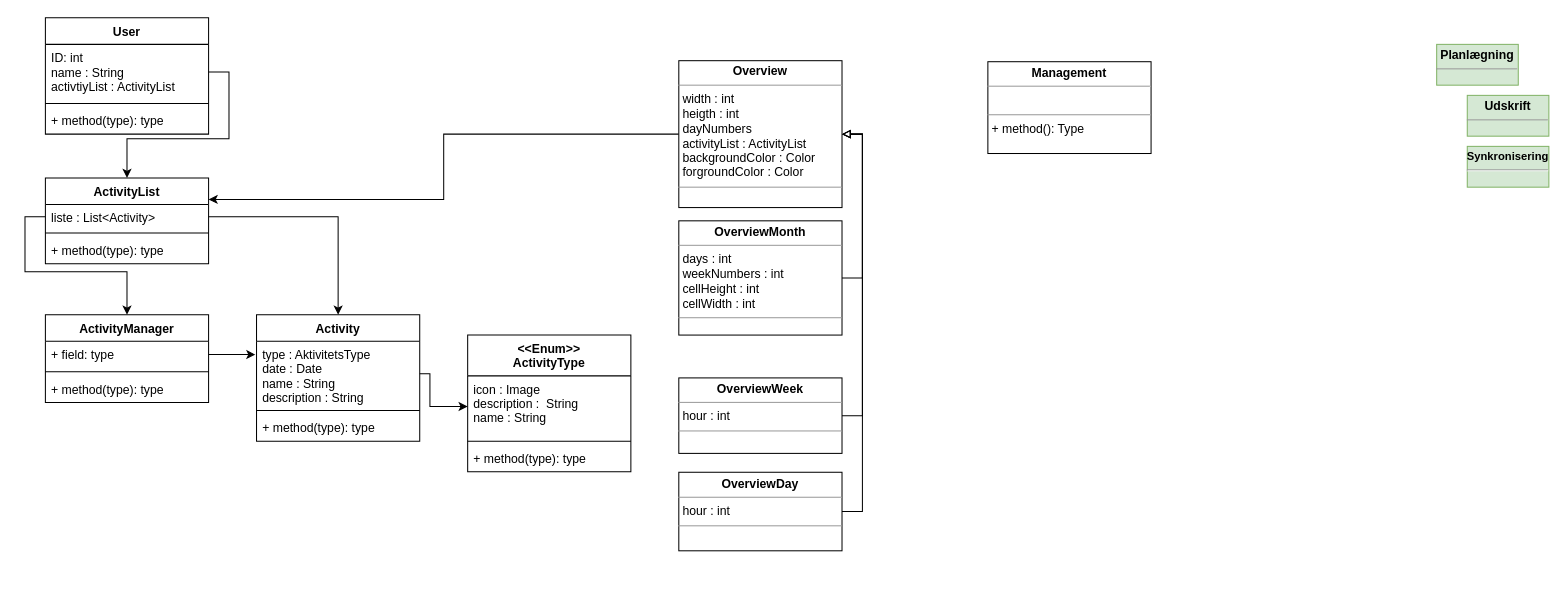
Earlier version of the draw.io diagram docs/diagrams/AnalyseDiagrammer/PlanlaegningAnalyseKlasseDiagram.drawio (SBangslund/SE02_Projekt). Source tidied: cells renumbered, new cells numbered last; positions are measured from the earlier drawing's top-left corner, leaving out a move shared by most shapes. Both pictures are drawn from the tidied source at 102%, with x=0, y=0 at pixel (45, 17).
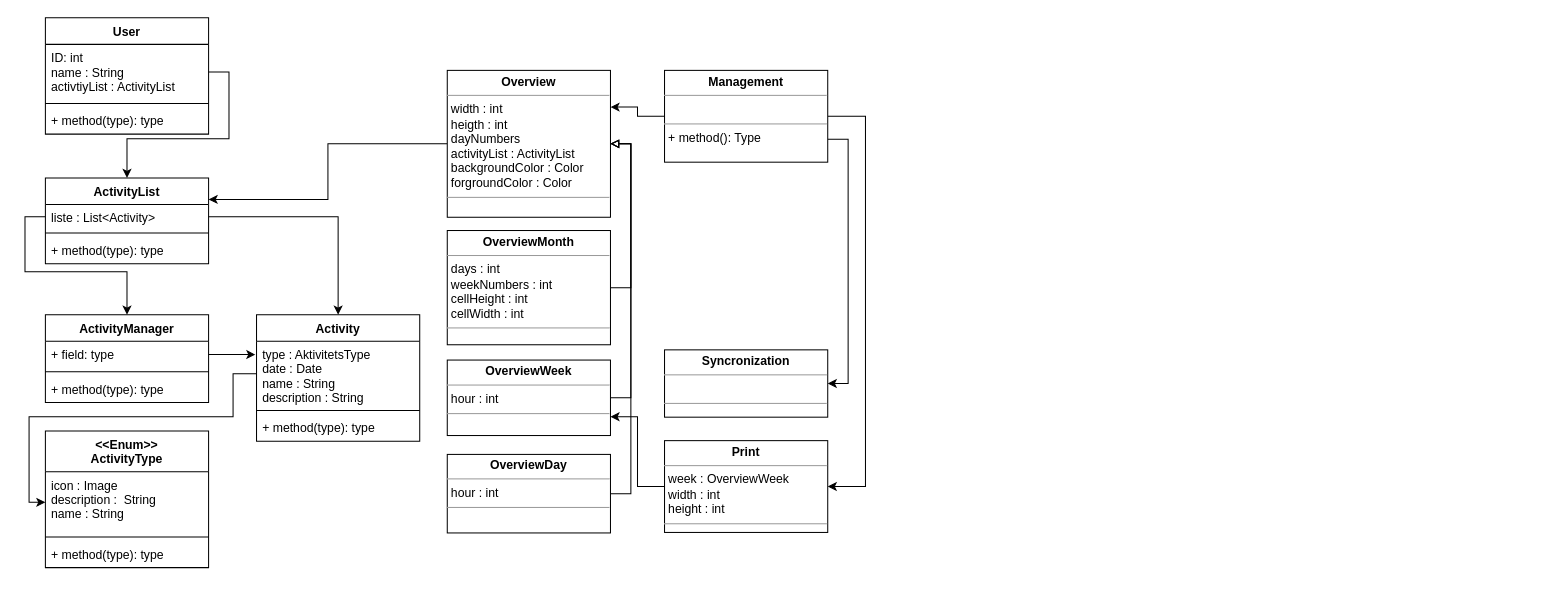
The same diagram, later.

Commit message (it also covers changes not shown here):
Updated Planlægning analyseklasse diagram

Unchanged cells that the change refers to:
```xml
<mxCell id="10" value="type : AktivitetsType&#10;date : Date&#10;name : String&#10;description : String&#10;" style="text;strokeColor=none;fillColor=none;align=left;verticalAlign=top;spacingLeft=4;spacingRight=4;overflow=hidden;points=[[0,0.5],[1,0.5]];portConstraint=eastwest;" parent="9" vertex="1">
  <mxGeometry y="26" width="160" height="64" as="geometry" />
</mxCell>
<mxCell id="14" value="icon : Image&#10;description :  String&#10;name : String" style="text;strokeColor=none;fillColor=none;align=left;verticalAlign=top;spacingLeft=4;spacingRight=4;overflow=hidden;points=[[0,0.5],[1,0.5]];portConstraint=eastwest;" parent="13" vertex="1">
  <mxGeometry y="40" width="160" height="60" as="geometry" />
</mxCell>
```

Change to the diagram source:
```diff
@@
-    <mxCell id="2" value="&lt;p style=&quot;margin: 0px ; margin-top: 4px ; text-align: center&quot;&gt;&lt;b&gt;Planlægning&lt;/b&gt;&lt;/p&gt;&lt;hr size=&quot;1&quot;&gt;&lt;div style=&quot;height: 2px&quot;&gt;&lt;/div&gt;" style="verticalAlign=top;align=left;overflow=fill;fontSize=12;fontFamily=Helvetica;html=1;fillColor=#d5e8d4;strokeColor=#82b366;" parent="1" vertex="1">
-      <mxGeometry x="1364" y="26" width="80" height="40" as="geometry" />
-    </mxCell>
-    <mxCell id="3" value="&lt;p style=&quot;margin: 0px ; margin-top: 4px ; text-align: center&quot;&gt;&lt;b&gt;Udskrift&lt;/b&gt;&lt;/p&gt;&lt;hr size=&quot;1&quot;&gt;&lt;div style=&quot;height: 2px&quot;&gt;&lt;/div&gt;" style="verticalAlign=top;align=left;overflow=fill;fontSize=12;fontFamily=Helvetica;html=1;fillColor=#d5e8d4;strokeColor=#82b366;" parent="1" vertex="1">
-      <mxGeometry x="1394" y="76" width="80" height="40" as="geometry" />
-    </mxCell>
-    <mxCell id="4" value="&lt;p style=&quot;margin: 4px 0px 0px; text-align: center; font-size: 11px;&quot;&gt;&lt;b style=&quot;font-size: 11px;&quot;&gt;Synkronisering&lt;/b&gt;&lt;/p&gt;&lt;hr style=&quot;font-size: 11px;&quot;&gt;&lt;div style=&quot;height: 2px; font-size: 11px;&quot;&gt;&lt;/div&gt;" style="verticalAlign=top;align=left;overflow=fill;fontSize=11;fontFamily=Helvetica;html=1;fillColor=#d5e8d4;strokeColor=#82b366;" parent="1" vertex="1">
-      <mxGeometry x="1394" y="126" width="80" height="40" as="geometry" />
-    </mxCell>
@@
     <mxCell id="13" value="&lt;&lt;Enum&gt;&gt;&#10;ActivityType" style="swimlane;fontStyle=1;align=center;verticalAlign=top;horizontal=1;startSize=40;" parent="1" vertex="1">
-      <mxGeometry x="414" y="311" width="160" height="134" as="geometry" />
+      <mxGeometry y="405" width="160" height="134" as="geometry" />
     </mxCell>
@@
-    <mxCell id="26" style="edgeStyle=orthogonalEdgeStyle;rounded=0;jettySize=auto;html=1;exitX=1;exitY=0.5;exitDx=0;exitDy=0;entryX=0;entryY=0.5;entryDx=0;entryDy=0;" parent="1" edge="1" source="10" target="14">
+    <mxCell id="26" style="edgeStyle=orthogonalEdgeStyle;rounded=0;jettySize=auto;html=1;exitX=0;exitY=0.5;exitDx=0;exitDy=0;entryX=0;entryY=0.5;entryDx=0;entryDy=0;" parent="1" edge="1" source="10" target="14">
       <mxGeometry relative="1" as="geometry">
         <Array as="points">
-          <mxPoint x="377" y="349" />
-          <mxPoint x="377" y="381" />
+          <mxPoint x="184" y="349" />
+          <mxPoint x="184" y="391" />
+          <mxPoint x="-16" y="391" />
+          <mxPoint x="-16" y="475" />
         </Array>
       </mxGeometry>
     </mxCell>
@@
     <mxCell id="31" value="&lt;p style=&quot;margin: 0px ; margin-top: 4px ; text-align: center&quot;&gt;&lt;b&gt;Overview&lt;/b&gt;&lt;/p&gt;&lt;hr size=&quot;1&quot;&gt;&lt;p style=&quot;margin: 0px ; margin-left: 4px&quot;&gt;width : int&lt;/p&gt;&lt;p style=&quot;margin: 0px ; margin-left: 4px&quot;&gt;heigth : int&lt;/p&gt;&lt;p style=&quot;margin: 0px ; margin-left: 4px&quot;&gt;dayNumbers&lt;/p&gt;&lt;p style=&quot;margin: 0px ; margin-left: 4px&quot;&gt;activityList : ActivityList&lt;/p&gt;&lt;p style=&quot;margin: 0px ; margin-left: 4px&quot;&gt;backgroundColor : Color&lt;/p&gt;&lt;p style=&quot;margin: 0px ; margin-left: 4px&quot;&gt;forgroundColor : Color&lt;/p&gt;&lt;hr size=&quot;1&quot;&gt;&lt;p style=&quot;margin: 0px ; margin-left: 4px&quot;&gt;&lt;br&gt;&lt;/p&gt;" style="verticalAlign=top;align=left;overflow=fill;fontSize=12;fontFamily=Helvetica;html=1;" parent="1" vertex="1">
-      <mxGeometry x="621" y="42" width="160" height="144" as="geometry" />
+      <mxGeometry x="394" y="51.5" width="160" height="144" as="geometry" />
     </mxCell>
@@
     <mxCell id="33" value="&lt;p style=&quot;margin: 0px ; margin-top: 4px ; text-align: center&quot;&gt;&lt;b&gt;OverviewMonth&lt;/b&gt;&lt;/p&gt;&lt;hr size=&quot;1&quot;&gt;&lt;p style=&quot;margin: 0px ; margin-left: 4px&quot;&gt;days : int&lt;/p&gt;&lt;p style=&quot;margin: 0px ; margin-left: 4px&quot;&gt;weekNumbers : int&lt;/p&gt;&lt;p style=&quot;margin: 0px ; margin-left: 4px&quot;&gt;cellHeight : int&lt;/p&gt;&lt;p style=&quot;margin: 0px ; margin-left: 4px&quot;&gt;cellWidth : int&lt;/p&gt;&lt;hr size=&quot;1&quot;&gt;&lt;p style=&quot;margin: 0px ; margin-left: 4px&quot;&gt;&lt;br&gt;&lt;/p&gt;" style="verticalAlign=top;align=left;overflow=fill;fontSize=12;fontFamily=Helvetica;html=1;" parent="1" vertex="1">
-      <mxGeometry x="621" y="199" width="160" height="112" as="geometry" />
+      <mxGeometry x="394" y="208.5" width="160" height="112" as="geometry" />
     </mxCell>
     <mxCell id="34" value="&lt;p style=&quot;margin: 0px ; margin-top: 4px ; text-align: center&quot;&gt;&lt;b&gt;OverviewWeek&lt;/b&gt;&lt;/p&gt;&lt;hr size=&quot;1&quot;&gt;&lt;p style=&quot;margin: 0px ; margin-left: 4px&quot;&gt;hour : int&lt;/p&gt;&lt;hr size=&quot;1&quot;&gt;&lt;p style=&quot;margin: 0px ; margin-left: 4px&quot;&gt;&lt;br&gt;&lt;/p&gt;" style="verticalAlign=top;align=left;overflow=fill;fontSize=12;fontFamily=Helvetica;html=1;" parent="1" vertex="1">
-      <mxGeometry x="621" y="353" width="160" height="74" as="geometry" />
+      <mxGeometry x="394" y="335.5" width="160" height="74" as="geometry" />
     </mxCell>
@@
     <mxCell id="36" value="&lt;p style=&quot;margin: 0px ; margin-top: 4px ; text-align: center&quot;&gt;&lt;b&gt;OverviewDay&lt;/b&gt;&lt;/p&gt;&lt;hr size=&quot;1&quot;&gt;&lt;p style=&quot;margin: 0px ; margin-left: 4px&quot;&gt;hour : int&lt;/p&gt;&lt;hr size=&quot;1&quot;&gt;&lt;p style=&quot;margin: 0px ; margin-left: 4px&quot;&gt;&lt;br&gt;&lt;/p&gt;" style="verticalAlign=top;align=left;overflow=fill;fontSize=12;fontFamily=Helvetica;html=1;" parent="1" vertex="1">
-      <mxGeometry x="621" y="445.5" width="160" height="77" as="geometry" />
+      <mxGeometry x="394" y="428" width="160" height="77" as="geometry" />
     </mxCell>
@@
+    <mxCell id="39" style="edgeStyle=orthogonalEdgeStyle;rounded=0;jettySize=auto;html=1;exitX=0;exitY=0.5;exitDx=0;exitDy=0;entryX=1;entryY=0.25;entryDx=0;entryDy=0;" parent="1" edge="1" source="38" target="31">
+      <mxGeometry relative="1" as="geometry" />
+    </mxCell>
+    <mxCell id="40" style="edgeStyle=orthogonalEdgeStyle;rounded=0;jettySize=auto;html=1;exitX=1;exitY=0.75;exitDx=0;exitDy=0;entryX=1;entryY=0.5;entryDx=0;entryDy=0;" parent="1" edge="1" source="38" target="44">
+      <mxGeometry relative="1" as="geometry" />
+    </mxCell>
+    <mxCell id="41" style="edgeStyle=orthogonalEdgeStyle;rounded=0;jettySize=auto;html=1;exitX=1;exitY=0.5;exitDx=0;exitDy=0;entryX=1;entryY=0.5;entryDx=0;entryDy=0;" parent="1" edge="1" source="38" target="43">
+      <mxGeometry relative="1" as="geometry">
+        <Array as="points">
+          <mxPoint x="804" y="97" />
+          <mxPoint x="804" y="459" />
+        </Array>
+      </mxGeometry>
+    </mxCell>
     <mxCell id="38" value="&lt;p style=&quot;margin: 0px ; margin-top: 4px ; text-align: center&quot;&gt;&lt;b&gt;Management&lt;/b&gt;&lt;/p&gt;&lt;hr size=&quot;1&quot;&gt;&lt;p style=&quot;margin: 0px ; margin-left: 4px&quot;&gt;&lt;br&gt;&lt;/p&gt;&lt;hr size=&quot;1&quot;&gt;&lt;p style=&quot;margin: 0px ; margin-left: 4px&quot;&gt;+ method(): Type&lt;/p&gt;" style="verticalAlign=top;align=left;overflow=fill;fontSize=12;fontFamily=Helvetica;html=1;" parent="1" vertex="1">
-      <mxGeometry x="924" y="43" width="160" height="90" as="geometry" />
+      <mxGeometry x="607" y="51.5" width="160" height="90" as="geometry" />
     </mxCell>
+    <mxCell id="42" style="edgeStyle=orthogonalEdgeStyle;rounded=0;jettySize=auto;html=1;exitX=0;exitY=0.5;exitDx=0;exitDy=0;entryX=1;entryY=0.75;entryDx=0;entryDy=0;" parent="1" edge="1" source="43" target="34">
+      <mxGeometry relative="1" as="geometry" />
+    </mxCell>
+    <mxCell id="43" value="&lt;p style=&quot;margin: 0px ; margin-top: 4px ; text-align: center&quot;&gt;&lt;b&gt;Print&lt;/b&gt;&lt;/p&gt;&lt;hr size=&quot;1&quot;&gt;&lt;p style=&quot;margin: 0px ; margin-left: 4px&quot;&gt;week : OverviewWeek&lt;/p&gt;&lt;p style=&quot;margin: 0px ; margin-left: 4px&quot;&gt;width : int&lt;/p&gt;&lt;p style=&quot;margin: 0px ; margin-left: 4px&quot;&gt;height : int&lt;/p&gt;&lt;hr size=&quot;1&quot;&gt;&lt;p style=&quot;margin: 0px ; margin-left: 4px&quot;&gt;&lt;br&gt;&lt;/p&gt;" style="verticalAlign=top;align=left;overflow=fill;fontSize=12;fontFamily=Helvetica;html=1;" parent="1" vertex="1">
+      <mxGeometry x="607" y="414.5" width="160" height="90" as="geometry" />
+    </mxCell>
+    <mxCell id="44" value="&lt;p style=&quot;margin: 0px ; margin-top: 4px ; text-align: center&quot;&gt;&lt;b&gt;Syncronization&lt;/b&gt;&lt;/p&gt;&lt;hr size=&quot;1&quot;&gt;&lt;p style=&quot;margin: 0px ; margin-left: 4px&quot;&gt;&lt;br&gt;&lt;/p&gt;&lt;hr size=&quot;1&quot;&gt;&lt;p style=&quot;margin: 0px ; margin-left: 4px&quot;&gt;&lt;br&gt;&lt;/p&gt;" style="verticalAlign=top;align=left;overflow=fill;fontSize=12;fontFamily=Helvetica;html=1;" parent="1" vertex="1">
+      <mxGeometry x="607" y="325.5" width="160" height="66" as="geometry" />
+    </mxCell>
```
